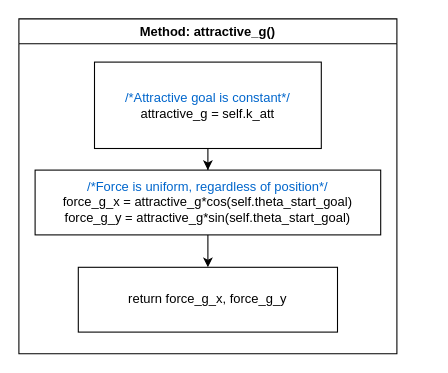
Earlier version of the draw.io diagram page "attractive_g()" (2 of 4) of documentation_images/planner.drawio (danielglemminge/ur3_project). Source tidied: cells renumbered, new cells numbered last; positions are measured from the earlier drawing's top-left corner, leaving out a move shared by most shapes. Both pictures are drawn from the tidied source at 108%, with x=0, y=0 at pixel (18, 18).
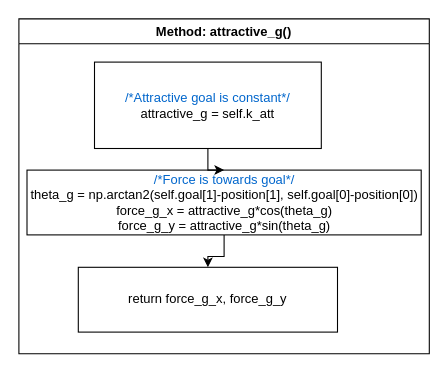
Above is the later version.

The edit, as a diff of the source:
```diff
@@
 <mxGraphModel>
   <root>
     <mxCell id="0" />
     <mxCell id="1" parent="0" />
     <mxCell id="2" value="Method: attractive_g()" style="swimlane;whiteSpace=wrap;html=1;" parent="1" vertex="1">
-      <mxGeometry width="350" height="310" as="geometry" />
+      <mxGeometry width="380" height="310" as="geometry" />
     </mxCell>
     <mxCell id="3" value="&lt;div&gt;&lt;font color=&quot;#0066cc&quot;&gt;/*Attractive goal is constant*/&lt;/font&gt;&lt;/div&gt;&lt;div&gt;attractive_g = self.k_att&lt;br&gt;&lt;/div&gt;" style="rounded=0;whiteSpace=wrap;html=1;" parent="2" vertex="1">
       <mxGeometry x="70" y="40" width="210" height="80" as="geometry" />
     </mxCell>
     <mxCell id="4" value="return force_g_x, force_g_y" style="whiteSpace=wrap;html=1;" parent="2" vertex="1">
       <mxGeometry x="55" y="230" width="240" height="60" as="geometry" />
     </mxCell>
     <mxCell id="5" style="edgeStyle=orthogonalEdgeStyle;rounded=0;jettySize=auto;html=1;entryX=0.5;entryY=0;entryDx=0;entryDy=0;" parent="2" edge="1" source="6" target="4">
       <mxGeometry relative="1" as="geometry" />
     </mxCell>
-    <mxCell id="6" value="&lt;div&gt;&lt;font color=&quot;#0066cc&quot;&gt;/*Force is uniform, regardless of position*/&lt;/font&gt;&lt;/div&gt;&lt;div&gt;force_g_x = attractive_g*cos(self.theta_start_goal)&lt;/div&gt;&lt;div&gt;&lt;div&gt;force_g_y = attractive_g*sin(self.theta_start_goal)&lt;/div&gt;&lt;/div&gt;" style="rounded=0;whiteSpace=wrap;html=1;" parent="2" vertex="1">
-      <mxGeometry x="15" y="140" width="320" height="60" as="geometry" />
+    <mxCell id="6" value="&lt;div&gt;&lt;font color=&quot;#0066cc&quot;&gt;/*Force is towards goal*/&lt;/font&gt;&lt;/div&gt;&lt;div&gt;theta_g = np.arctan2(self.goal[1]-position[1], self.goal[0]-position[0])&lt;br&gt;&lt;/div&gt;&lt;div&gt;force_g_x = attractive_g*cos(theta_g)&lt;/div&gt;&lt;div&gt;&lt;div&gt;force_g_y = attractive_g*sin(theta_g)&lt;/div&gt;&lt;/div&gt;" style="rounded=0;whiteSpace=wrap;html=1;" parent="2" vertex="1">
+      <mxGeometry x="7.5" y="140" width="365" height="60" as="geometry" />
     </mxCell>
     <mxCell id="7" style="edgeStyle=orthogonalEdgeStyle;rounded=0;jettySize=auto;html=1;entryX=0.5;entryY=0;entryDx=0;entryDy=0;" parent="2" edge="1" source="3" target="6">
       <mxGeometry relative="1" as="geometry" />
     </mxCell>
   </root>
 </mxGraphModel>
```
